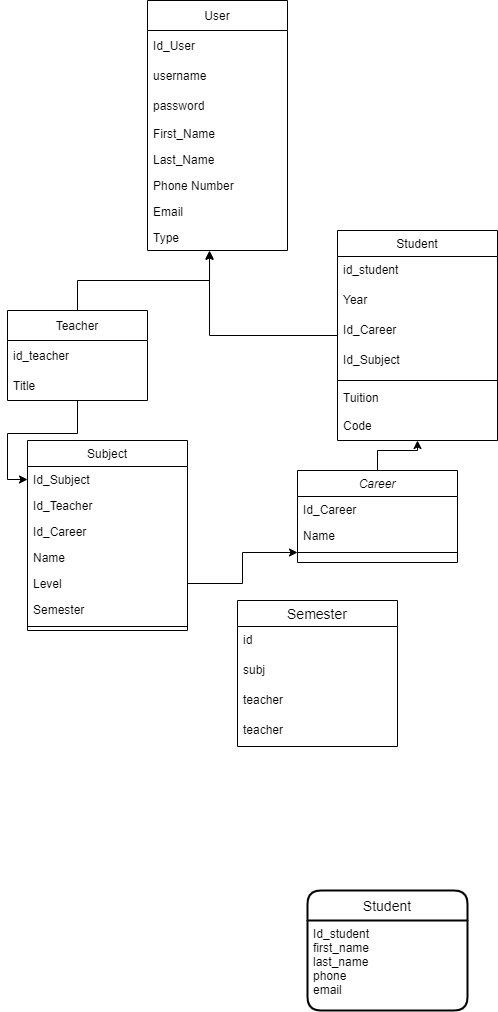
GuilleAlvarado/draw keeps this draw.io diagram as University Diagram.drawio.png. Above is the earlier version. Source tidied: cells renumbered, new cells last; positions are measured from the earlier drawing's top-left corner, leaving out a move shared by most shapes.
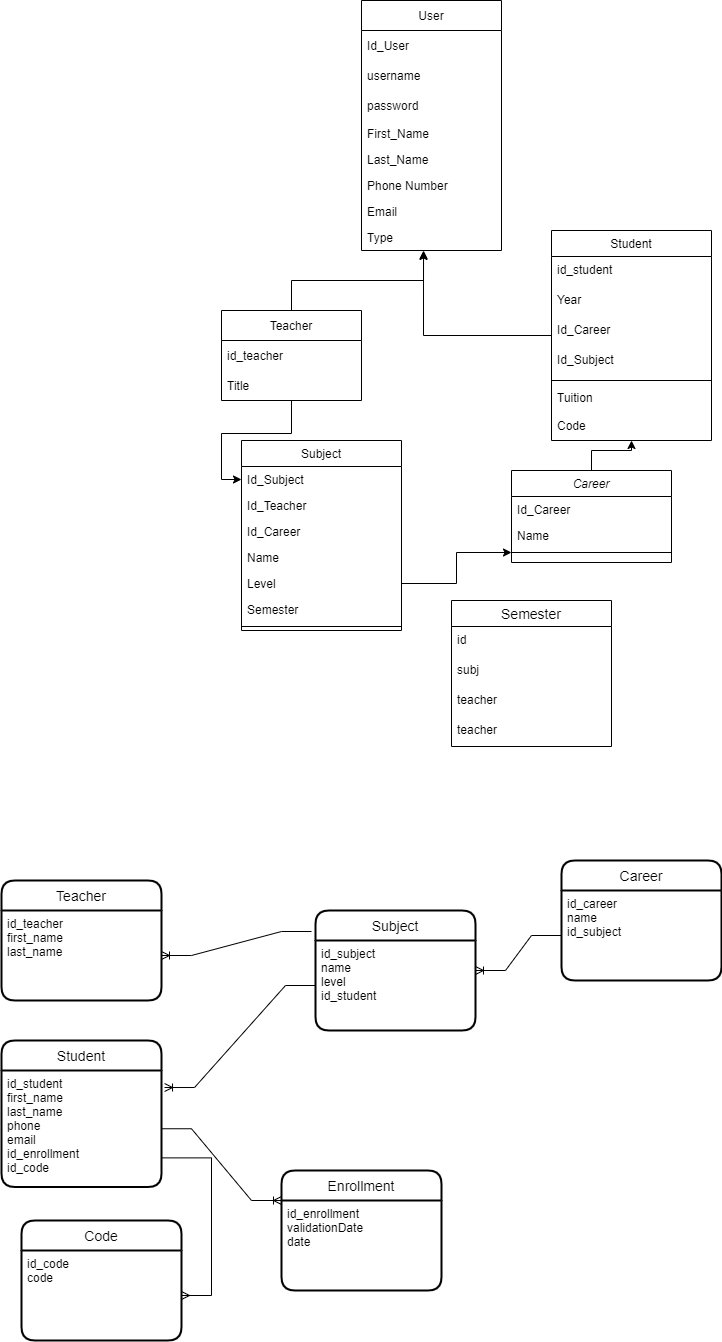
Later version of the same file.

Change to the diagram source:
```diff
@@ -129,10 +129,55 @@
       <mxGeometry y="116" width="160" height="30" as="geometry" />
     </mxCell>
     <mxCell id="44" value="Student" style="swimlane;horizontal=1;startSize=30;rounded=1;fontSize=14;fontStyle=0;strokeWidth=2;shadow=0;dashed=0;align=center;" parent="1" vertex="1">
-      <mxGeometry x="300" y="890" width="160" height="120" as="geometry" />
+      <mxGeometry x="-220" y="1040" width="160" height="146.5" as="geometry" />
     </mxCell>
-    <mxCell id="45" value="Id_student&#10;first_name&#10;last_name&#10;phone&#10;email" style="align=left;strokeColor=none;fillColor=none;spacingLeft=4;fontSize=12;verticalAlign=top;" parent="44" vertex="1">
-      <mxGeometry y="30" width="160" height="90" as="geometry" />
+    <mxCell id="45" value="id_student&#10;first_name&#10;last_name&#10;phone&#10;email&#10;id_enrollment&#10;id_code" style="align=left;strokeColor=none;fillColor=none;spacingLeft=4;fontSize=12;verticalAlign=top;" parent="44" vertex="1">
+      <mxGeometry y="30" width="160" height="116.5" as="geometry" />
     </mxCell>
+    <mxCell id="46" value="Career" style="swimlane;horizontal=1;startSize=30;rounded=1;fontSize=14;fontStyle=0;strokeWidth=2;shadow=0;dashed=0;align=center;" parent="1" vertex="1">
+      <mxGeometry x="340" y="860" width="160" height="120" as="geometry" />
+    </mxCell>
+    <mxCell id="47" value="id_career&#10;name&#10;id_subject&#10;" style="align=left;strokeColor=none;fillColor=none;spacingLeft=4;fontSize=12;verticalAlign=top;" parent="46" vertex="1">
+      <mxGeometry y="30" width="160" height="90" as="geometry" />
+    </mxCell>
+    <mxCell id="48" value="Subject" style="swimlane;horizontal=1;startSize=30;rounded=1;fontSize=14;fontStyle=0;strokeWidth=2;shadow=0;dashed=0;align=center;" parent="1" vertex="1">
+      <mxGeometry x="94" y="910" width="160" height="120" as="geometry" />
+    </mxCell>
+    <mxCell id="49" value="id_subject&#10;name&#10;level&#10;id_student" style="align=left;strokeColor=none;fillColor=none;spacingLeft=4;fontSize=12;verticalAlign=top;" parent="48" vertex="1">
+      <mxGeometry y="30" width="160" height="90" as="geometry" />
+    </mxCell>
+    <mxCell id="50" value="Enrollment" style="swimlane;horizontal=1;startSize=30;rounded=1;fontSize=14;fontStyle=0;strokeWidth=2;shadow=0;dashed=0;align=center;" parent="1" vertex="1">
+      <mxGeometry x="60" y="1170" width="160" height="120" as="geometry" />
+    </mxCell>
+    <mxCell id="51" value="id_enrollment&#10;validationDate&#10;date" style="align=left;strokeColor=none;fillColor=none;spacingLeft=4;fontSize=12;verticalAlign=top;" parent="50" vertex="1">
+      <mxGeometry y="30" width="160" height="90" as="geometry" />
+    </mxCell>
+    <mxCell id="52" style="edgeStyle=entityRelationEdgeStyle;fontSize=12;html=1;endArrow=ERoneToMany;rounded=0;exitX=1;exitY=0.5;exitDx=0;exitDy=0;entryX=0;entryY=0;entryDx=0;entryDy=0;" parent="1" edge="1" source="45" target="51">
+      <mxGeometry relative="1" as="geometry" />
+    </mxCell>
+    <mxCell id="53" value="Teacher" style="swimlane;horizontal=1;startSize=30;rounded=1;fontSize=14;fontStyle=0;strokeWidth=2;shadow=0;dashed=0;align=center;" parent="1" vertex="1">
+      <mxGeometry x="-220" y="880" width="160" height="120" as="geometry" />
+    </mxCell>
+    <mxCell id="54" value="id_teacher&#10;first_name&#10;last_name" style="align=left;strokeColor=none;fillColor=none;spacingLeft=4;fontSize=12;verticalAlign=top;" parent="53" vertex="1">
+      <mxGeometry y="30" width="160" height="90" as="geometry" />
+    </mxCell>
+    <mxCell id="55" value="Code" style="swimlane;horizontal=1;startSize=30;rounded=1;fontSize=14;fontStyle=0;strokeWidth=2;shadow=0;dashed=0;align=center;" parent="1" vertex="1">
+      <mxGeometry x="-200" y="1220" width="160" height="120" as="geometry" />
+    </mxCell>
+    <mxCell id="56" value="id_code&#10;code&#10;" style="align=left;strokeColor=none;fillColor=none;spacingLeft=4;fontSize=12;verticalAlign=top;" parent="55" vertex="1">
+      <mxGeometry y="30" width="160" height="90" as="geometry" />
+    </mxCell>
+    <mxCell id="57" style="edgeStyle=entityRelationEdgeStyle;fontSize=12;html=1;endArrow=ERmany;rounded=0;exitX=1;exitY=0.75;exitDx=0;exitDy=0;" parent="1" edge="1" source="45" target="56">
+      <mxGeometry relative="1" as="geometry" />
+    </mxCell>
+    <mxCell id="58" style="edgeStyle=entityRelationEdgeStyle;fontSize=12;html=1;endArrow=ERoneToMany;rounded=0;entryX=1;entryY=0.5;entryDx=0;entryDy=0;exitX=-0.025;exitY=0.175;exitDx=0;exitDy=0;exitPerimeter=0;" parent="1" edge="1" source="48" target="54">
+      <mxGeometry relative="1" as="geometry" />
+    </mxCell>
+    <mxCell id="59" style="edgeStyle=entityRelationEdgeStyle;fontSize=12;html=1;endArrow=ERoneToMany;rounded=0;exitX=0;exitY=0.5;exitDx=0;exitDy=0;" parent="1" edge="1" source="47" target="48">
+      <mxGeometry relative="1" as="geometry" />
+    </mxCell>
+    <mxCell id="60" style="edgeStyle=entityRelationEdgeStyle;fontSize=12;html=1;endArrow=ERoneToMany;rounded=0;entryX=1.019;entryY=0.146;entryDx=0;entryDy=0;entryPerimeter=0;exitX=0;exitY=0.5;exitDx=0;exitDy=0;" parent="1" edge="1" source="49" target="45">
+      <mxGeometry relative="1" as="geometry" />
+    </mxCell>
   </root>
 </mxGraphModel>
```
